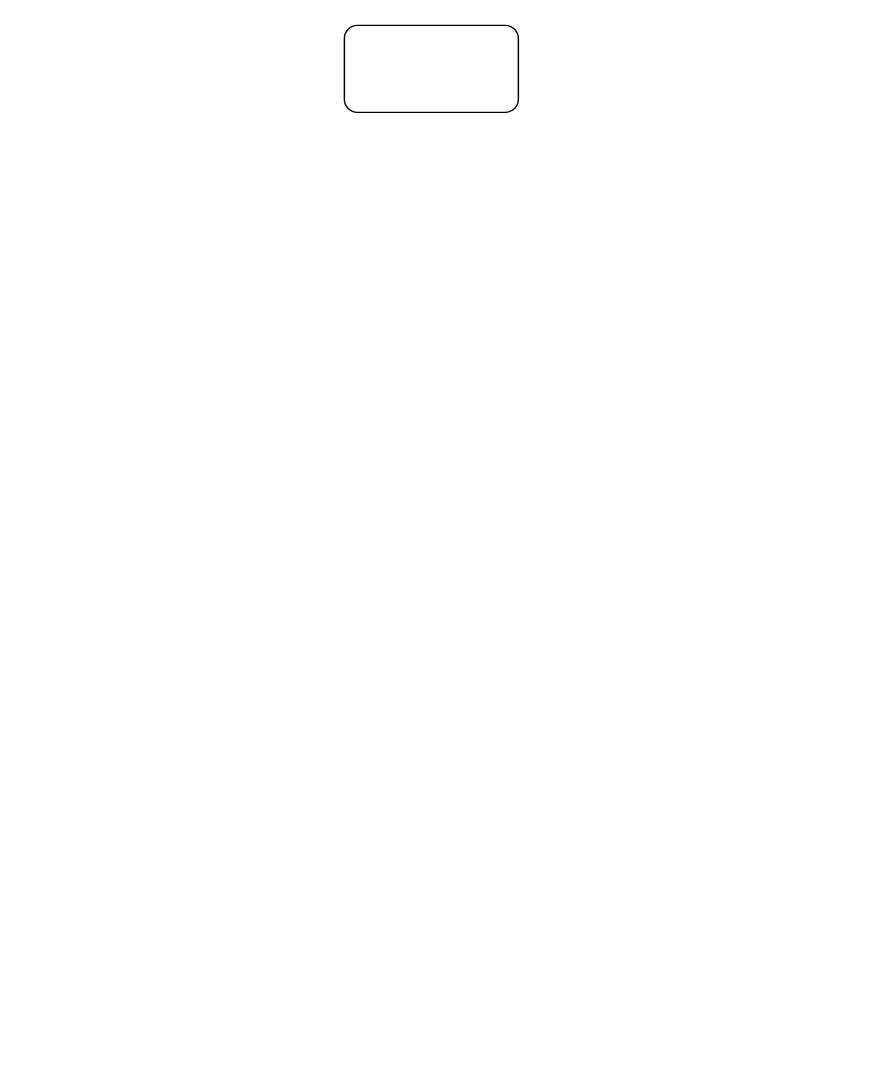
Before: hu.drawio in kingsmen732/OpenSource101, a draw.io diagram. Source tidied: cells renumbered, new cells numbered last; positions are measured from the earlier drawing's top-left corner, leaving out a move shared by most shapes. Both pictures are drawn from the tidied source at 145%, with x=0, y=0 at pixel (344, 25).
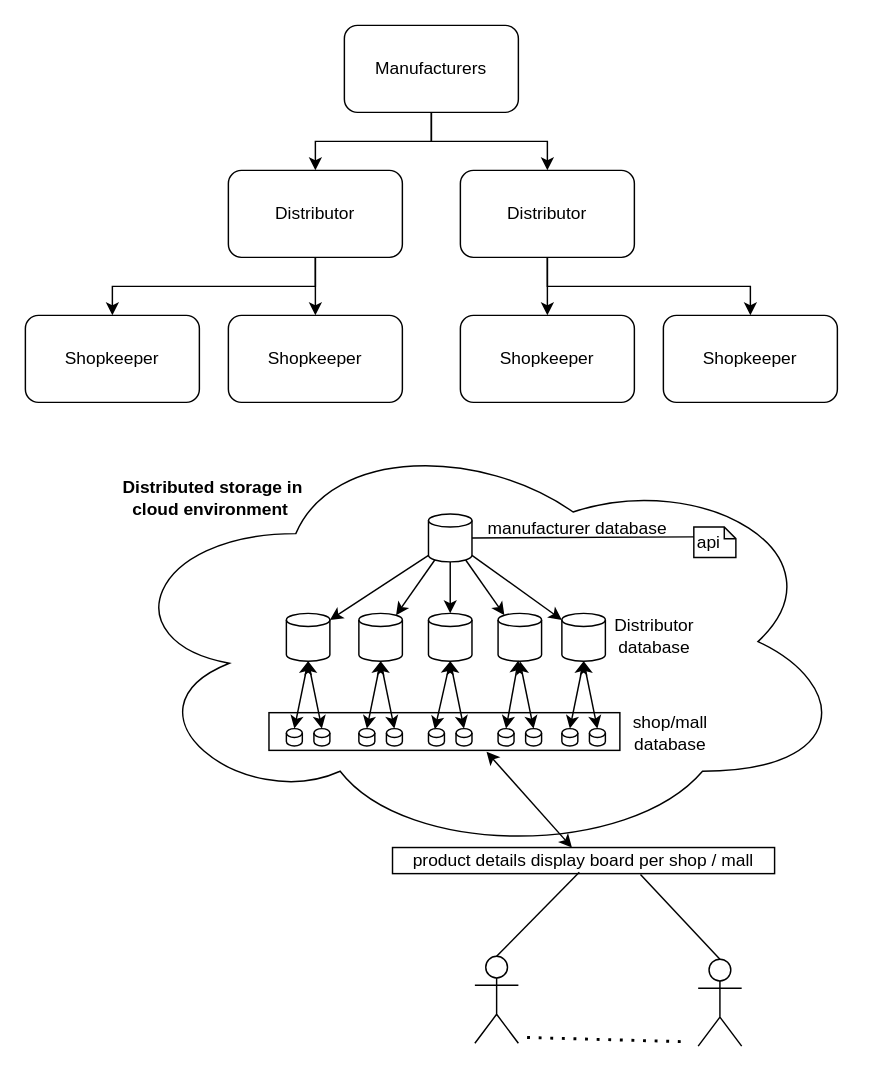
The same page after the edit.

Change to the diagram source:
```diff
@@
+    <mxCell id="3" style="edgeStyle=orthogonalEdgeStyle;rounded=0;jettySize=auto;html=1;exitX=0.5;exitY=1;exitDx=0;exitDy=0;entryX=0.5;entryY=0;entryDx=0;entryDy=0;" parent="1" edge="1" source="2" target="7">
+      <mxGeometry relative="1" as="geometry" />
+    </mxCell>
+    <mxCell id="4" style="edgeStyle=orthogonalEdgeStyle;rounded=0;jettySize=auto;html=1;exitX=0.5;exitY=1;exitDx=0;exitDy=0;" parent="1" edge="1" source="2" target="10">
+      <mxGeometry relative="1" as="geometry" />
+    </mxCell>
-    <mxCell id="2" style="rounded=1;whiteSpace=wrap;html=1;" parent="1" vertex="1">
+    <mxCell id="2" value="Manufacturers" style="rounded=1;whiteSpace=wrap;html=1;" parent="1" vertex="1">
       <mxGeometry width="120" height="60" as="geometry" />
     </mxCell>
+    <mxCell id="5" style="edgeStyle=orthogonalEdgeStyle;rounded=0;jettySize=auto;html=1;exitX=0.5;exitY=1;exitDx=0;exitDy=0;entryX=0.5;entryY=0;entryDx=0;entryDy=0;" parent="1" edge="1" source="7" target="11">
+      <mxGeometry relative="1" as="geometry" />
+    </mxCell>
+    <mxCell id="6" style="edgeStyle=orthogonalEdgeStyle;rounded=0;jettySize=auto;html=1;exitX=0.5;exitY=1;exitDx=0;exitDy=0;" parent="1" edge="1" source="7" target="12">
+      <mxGeometry relative="1" as="geometry" />
+    </mxCell>
+    <mxCell id="7" value="Distributor" style="rounded=1;whiteSpace=wrap;html=1;" parent="1" vertex="1">
+      <mxGeometry x="-80" y="100" width="120" height="60" as="geometry" />
+    </mxCell>
+    <mxCell id="8" style="edgeStyle=orthogonalEdgeStyle;rounded=0;jettySize=auto;html=1;exitX=0.5;exitY=1;exitDx=0;exitDy=0;entryX=0.5;entryY=0;entryDx=0;entryDy=0;" parent="1" edge="1" source="10" target="13">
+      <mxGeometry relative="1" as="geometry" />
+    </mxCell>
+    <mxCell id="9" style="edgeStyle=orthogonalEdgeStyle;rounded=0;jettySize=auto;html=1;exitX=0.5;exitY=1;exitDx=0;exitDy=0;" parent="1" edge="1" source="10" target="14">
+      <mxGeometry relative="1" as="geometry" />
+    </mxCell>
+    <mxCell id="10" value="Distributor" style="rounded=1;whiteSpace=wrap;html=1;" parent="1" vertex="1">
+      <mxGeometry x="80" y="100" width="120" height="60" as="geometry" />
+    </mxCell>
+    <mxCell id="11" value="Shopkeeper" style="rounded=1;whiteSpace=wrap;html=1;" parent="1" vertex="1">
+      <mxGeometry x="-220" y="200" width="120" height="60" as="geometry" />
+    </mxCell>
+    <mxCell id="12" value="Shopkeeper" style="rounded=1;whiteSpace=wrap;html=1;" parent="1" vertex="1">
+      <mxGeometry x="-80" y="200" width="120" height="60" as="geometry" />
+    </mxCell>
+    <mxCell id="13" value="Shopkeeper" style="rounded=1;whiteSpace=wrap;html=1;" parent="1" vertex="1">
+      <mxGeometry x="80" y="200" width="120" height="60" as="geometry" />
+    </mxCell>
+    <mxCell id="14" value="Shopkeeper" style="rounded=1;whiteSpace=wrap;html=1;" parent="1" vertex="1">
+      <mxGeometry x="220" y="200" width="120" height="60" as="geometry" />
+    </mxCell>
+    <mxCell id="15" value="product details display board per shop / mall" style="rounded=0;whiteSpace=wrap;html=1;" parent="1" vertex="1">
+      <mxGeometry x="33.2" y="567" width="263.5" height="18" as="geometry" />
+    </mxCell>
+    <mxCell id="16" style="ellipse;shape=cloud;whiteSpace=wrap;html=1;" parent="1" vertex="1">
+      <mxGeometry x="-161" y="276" width="510" height="298" as="geometry" />
+    </mxCell>
+    <mxCell id="17" style="shape=cylinder3;whiteSpace=wrap;html=1;boundedLbl=1;backgroundOutline=1;size=4.500000000000114;" parent="1" vertex="1">
+      <mxGeometry x="58" y="337" width="30" height="33" as="geometry" />
+    </mxCell>
+    <mxCell id="18" style="shape=cylinder3;whiteSpace=wrap;html=1;boundedLbl=1;backgroundOutline=1;size=4.500000000000114;" parent="1" vertex="1">
+      <mxGeometry x="-40" y="405.5" width="30" height="33" as="geometry" />
+    </mxCell>
+    <mxCell id="19" style="shape=cylinder3;whiteSpace=wrap;html=1;boundedLbl=1;backgroundOutline=1;size=4.500000000000114;" parent="1" vertex="1">
+      <mxGeometry x="10" y="405.5" width="30" height="33" as="geometry" />
+    </mxCell>
+    <mxCell id="20" style="shape=cylinder3;whiteSpace=wrap;html=1;boundedLbl=1;backgroundOutline=1;size=4.500000000000114;" parent="1" vertex="1">
+      <mxGeometry x="58" y="405.5" width="30" height="33" as="geometry" />
+    </mxCell>
+    <mxCell id="21" style="shape=cylinder3;whiteSpace=wrap;html=1;boundedLbl=1;backgroundOutline=1;size=4.500000000000114;" parent="1" vertex="1">
+      <mxGeometry x="106" y="405.5" width="30" height="33" as="geometry" />
+    </mxCell>
+    <mxCell id="22" style="shape=cylinder3;whiteSpace=wrap;html=1;boundedLbl=1;backgroundOutline=1;size=4.500000000000114;" parent="1" vertex="1">
+      <mxGeometry x="150" y="405.5" width="30" height="33" as="geometry" />
+    </mxCell>
+    <mxCell id="23" style="rounded=0;whiteSpace=wrap;html=1;" parent="1" vertex="1">
+      <mxGeometry x="-52" y="474" width="242" height="26" as="geometry" />
+    </mxCell>
+    <mxCell id="24" style="shape=cylinder3;whiteSpace=wrap;html=1;boundedLbl=1;backgroundOutline=1;size=3.063492063492049;" parent="1" vertex="1">
+      <mxGeometry x="-40" y="485" width="11" height="12" as="geometry" />
+    </mxCell>
+    <mxCell id="25" style="shape=cylinder3;whiteSpace=wrap;html=1;boundedLbl=1;backgroundOutline=1;size=3.063492063492049;" parent="1" vertex="1">
+      <mxGeometry x="-21" y="485" width="11" height="12" as="geometry" />
+    </mxCell>
+    <mxCell id="26" style="shape=cylinder3;whiteSpace=wrap;html=1;boundedLbl=1;backgroundOutline=1;size=3.063492063492049;" parent="1" vertex="1">
+      <mxGeometry x="10" y="485" width="11" height="12" as="geometry" />
+    </mxCell>
+    <mxCell id="27" style="shape=cylinder3;whiteSpace=wrap;html=1;boundedLbl=1;backgroundOutline=1;size=3.063492063492049;" parent="1" vertex="1">
+      <mxGeometry x="29" y="485" width="11" height="12" as="geometry" />
+    </mxCell>
+    <mxCell id="28" style="shape=cylinder3;whiteSpace=wrap;html=1;boundedLbl=1;backgroundOutline=1;size=3.063492063492049;" parent="1" vertex="1">
+      <mxGeometry x="58" y="485" width="11" height="12" as="geometry" />
+    </mxCell>
+    <mxCell id="29" style="shape=cylinder3;whiteSpace=wrap;html=1;boundedLbl=1;backgroundOutline=1;size=3.063492063492049;" parent="1" vertex="1">
+      <mxGeometry x="77" y="485" width="11" height="12" as="geometry" />
+    </mxCell>
+    <mxCell id="30" style="shape=cylinder3;whiteSpace=wrap;html=1;boundedLbl=1;backgroundOutline=1;size=3.063492063492049;" parent="1" vertex="1">
+      <mxGeometry x="106" y="485" width="11" height="12" as="geometry" />
+    </mxCell>
+    <mxCell id="31" style="shape=cylinder3;whiteSpace=wrap;html=1;boundedLbl=1;backgroundOutline=1;size=3.063492063492049;" parent="1" vertex="1">
+      <mxGeometry x="125" y="485" width="11" height="12" as="geometry" />
+    </mxCell>
+    <mxCell id="32" style="shape=cylinder3;whiteSpace=wrap;html=1;boundedLbl=1;backgroundOutline=1;size=3.063492063492049;" parent="1" vertex="1">
+      <mxGeometry x="150" y="485" width="11" height="12" as="geometry" />
+    </mxCell>
+    <mxCell id="33" style="shape=cylinder3;whiteSpace=wrap;html=1;boundedLbl=1;backgroundOutline=1;size=3.063492063492049;" parent="1" vertex="1">
+      <mxGeometry x="169" y="485" width="11" height="12" as="geometry" />
+    </mxCell>
+    <mxCell id="34" style="shape=note;whiteSpace=wrap;html=1;backgroundOutline=1;darkOpacity=0.05;size=8;" parent="1" vertex="1">
+      <mxGeometry x="241" y="346" width="29" height="21" as="geometry" />
+    </mxCell>
+    <mxCell id="35" value="api" style="text;html=1;strokeColor=none;fillColor=none;align=center;verticalAlign=middle;whiteSpace=wrap;rounded=0;" parent="1" vertex="1">
+      <mxGeometry x="241" y="349" width="21" height="15" as="geometry" />
+    </mxCell>
+    <mxCell id="36" style="endArrow=classic;html=1;rounded=0;entryX=1;entryY=0;entryDx=0;entryDy=4.500000000000114;entryPerimeter=0;exitX=0;exitY=1;exitDx=0;exitDy=-4.500000000000114;exitPerimeter=0;" parent="1" edge="1" source="17" target="18">
+      <mxGeometry relative="1" as="geometry" />
+    </mxCell>
+    <mxCell id="37" style="endArrow=classic;html=1;rounded=0;entryX=0.855;entryY=0;entryDx=0;entryDy=1.3050000000000328;entryPerimeter=0;exitX=0.145;exitY=1;exitDx=0;exitDy=-1.3050000000000328;exitPerimeter=0;" parent="1" edge="1" source="17" target="19">
+      <mxGeometry relative="1" as="geometry" />
+    </mxCell>
+    <mxCell id="38" style="endArrow=classic;html=1;rounded=0;entryX=0.5;entryY=0;entryDx=0;entryDy=0;entryPerimeter=0;" parent="1" edge="1" source="17" target="20">
+      <mxGeometry relative="1" as="geometry" />
+    </mxCell>
+    <mxCell id="39" style="endArrow=classic;html=1;rounded=0;entryX=0.145;entryY=0;entryDx=0;entryDy=1.3050000000000328;entryPerimeter=0;exitX=0.855;exitY=1;exitDx=0;exitDy=-1.3050000000000328;exitPerimeter=0;" parent="1" edge="1" source="17" target="21">
+      <mxGeometry relative="1" as="geometry" />
+    </mxCell>
+    <mxCell id="40" style="endArrow=classic;html=1;rounded=0;entryX=0;entryY=0;entryDx=0;entryDy=4.500000000000114;entryPerimeter=0;exitX=1;exitY=1;exitDx=0;exitDy=-4.500000000000114;exitPerimeter=0;" parent="1" edge="1" source="17" target="22">
+      <mxGeometry relative="1" as="geometry" />
+    </mxCell>
+    <mxCell id="41" style="endArrow=classic;startArrow=classic;html=1;rounded=0;entryX=0.5;entryY=1;entryDx=0;entryDy=0;entryPerimeter=0;exitX=0.5;exitY=0;exitDx=0;exitDy=0;exitPerimeter=0;" parent="1" edge="1" source="24" target="18">
+      <mxGeometry relative="1" as="geometry" />
+    </mxCell>
+    <mxCell id="42" style="endArrow=classic;startArrow=classic;html=1;rounded=0;entryX=0.5;entryY=1;entryDx=0;entryDy=0;entryPerimeter=0;exitX=0.5;exitY=0;exitDx=0;exitDy=0;exitPerimeter=0;" parent="1" edge="1" source="25" target="18">
+      <mxGeometry relative="1" as="geometry" />
+    </mxCell>
+    <mxCell id="43" style="endArrow=classic;startArrow=classic;html=1;rounded=0;exitX=0.5;exitY=0;exitDx=0;exitDy=0;exitPerimeter=0;entryX=0.5;entryY=1;entryDx=0;entryDy=0;entryPerimeter=0;" parent="1" edge="1" source="26" target="19">
+      <mxGeometry relative="1" as="geometry" />
+    </mxCell>
+    <mxCell id="44" style="endArrow=classic;startArrow=classic;html=1;rounded=0;entryX=0.5;entryY=1;entryDx=0;entryDy=0;entryPerimeter=0;exitX=0.5;exitY=0;exitDx=0;exitDy=0;exitPerimeter=0;" parent="1" edge="1" source="27" target="19">
+      <mxGeometry relative="1" as="geometry" />
+    </mxCell>
+    <mxCell id="45" style="endArrow=classic;startArrow=classic;html=1;rounded=0;exitX=0.397;exitY=0.038;exitDx=0;exitDy=0;exitPerimeter=0;entryX=0.5;entryY=1;entryDx=0;entryDy=0;entryPerimeter=0;" parent="1" edge="1" source="28" target="20">
+      <mxGeometry relative="1" as="geometry" />
+    </mxCell>
+    <mxCell id="46" style="endArrow=classic;startArrow=classic;html=1;rounded=0;entryX=0.5;entryY=1;entryDx=0;entryDy=0;entryPerimeter=0;exitX=0.5;exitY=0;exitDx=0;exitDy=0;exitPerimeter=0;" parent="1" edge="1" source="29" target="20">
+      <mxGeometry relative="1" as="geometry" />
+    </mxCell>
+    <mxCell id="47" style="endArrow=classic;startArrow=classic;html=1;rounded=0;entryX=0.467;entryY=0.985;entryDx=0;entryDy=0;entryPerimeter=0;exitX=0.5;exitY=0;exitDx=0;exitDy=0;exitPerimeter=0;" parent="1" edge="1" source="30" target="21">
+      <mxGeometry relative="1" as="geometry" />
+    </mxCell>
+    <mxCell id="48" style="endArrow=classic;startArrow=classic;html=1;rounded=0;entryX=0.5;entryY=1;entryDx=0;entryDy=0;entryPerimeter=0;exitX=0.5;exitY=0;exitDx=0;exitDy=0;exitPerimeter=0;" parent="1" edge="1" source="31" target="21">
+      <mxGeometry relative="1" as="geometry" />
+    </mxCell>
+    <mxCell id="49" style="endArrow=classic;startArrow=classic;html=1;rounded=0;entryX=0.5;entryY=1;entryDx=0;entryDy=0;entryPerimeter=0;exitX=0.5;exitY=0;exitDx=0;exitDy=0;exitPerimeter=0;" parent="1" edge="1" source="32" target="22">
+      <mxGeometry relative="1" as="geometry" />
+    </mxCell>
+    <mxCell id="50" style="endArrow=classic;startArrow=classic;html=1;rounded=0;entryX=0.5;entryY=1;entryDx=0;entryDy=0;entryPerimeter=0;exitX=0.5;exitY=0;exitDx=0;exitDy=0;exitPerimeter=0;" parent="1" edge="1" source="33" target="22">
+      <mxGeometry relative="1" as="geometry" />
+    </mxCell>
+    <mxCell id="51" value="Distributor database" style="text;html=1;strokeColor=none;fillColor=none;align=center;verticalAlign=middle;whiteSpace=wrap;rounded=0;" parent="1" vertex="1">
+      <mxGeometry x="184" y="405.5" width="60" height="30" as="geometry" />
+    </mxCell>
+    <mxCell id="52" value="shop/mall database" style="text;html=1;strokeColor=none;fillColor=none;align=center;verticalAlign=middle;whiteSpace=wrap;rounded=0;" parent="1" vertex="1">
+      <mxGeometry x="194.5" y="474" width="60" height="27" as="geometry" />
+    </mxCell>
+    <mxCell id="53" style="endArrow=classic;startArrow=classic;html=1;rounded=0;entryX=0.62;entryY=1.038;entryDx=0;entryDy=0;entryPerimeter=0;" parent="1" edge="1" source="15" target="23">
+      <mxGeometry relative="1" as="geometry" />
+    </mxCell>
+    <mxCell id="54" style="shape=umlActor;verticalLabelPosition=bottom;verticalAlign=top;html=1;outlineConnect=0;" parent="1" vertex="1">
+      <mxGeometry x="90" y="642" width="30" height="60" as="geometry" />
+    </mxCell>
+    <mxCell id="55" style="shape=umlActor;verticalLabelPosition=bottom;verticalAlign=top;html=1;outlineConnect=0;" parent="1" vertex="1">
+      <mxGeometry x="244" y="644" width="30" height="60" as="geometry" />
+    </mxCell>
+    <mxCell id="56" style="endArrow=none;dashed=1;html=1;dashPattern=1 3;strokeWidth=2;rounded=0;" parent="1" edge="1">
+      <mxGeometry relative="1" as="geometry">
+        <mxPoint x="126" y="698" as="sourcePoint" />
+        <mxPoint x="237" y="701" as="targetPoint" />
+      </mxGeometry>
+    </mxCell>
+    <mxCell id="57" style="endArrow=none;html=1;rounded=0;exitX=0.5;exitY=0;exitDx=0;exitDy=0;exitPerimeter=0;" parent="1" edge="1" source="54">
+      <mxGeometry relative="1" as="geometry">
+        <mxPoint x="162" y="584" as="targetPoint" />
+      </mxGeometry>
+    </mxCell>
+    <mxCell id="58" style="endArrow=none;html=1;rounded=0;exitX=0.5;exitY=0;exitDx=0;exitDy=0;exitPerimeter=0;entryX=0.649;entryY=1.033;entryDx=0;entryDy=0;entryPerimeter=0;" parent="1" edge="1" source="55" target="15">
+      <mxGeometry relative="1" as="geometry" />
+    </mxCell>
+    <mxCell id="59" style="endArrow=none;html=1;rounded=0;entryX=0;entryY=0.25;entryDx=0;entryDy=0;exitX=1;exitY=0.5;exitDx=0;exitDy=0;exitPerimeter=0;" parent="1" edge="1" source="17" target="35">
+      <mxGeometry relative="1" as="geometry" />
+    </mxCell>
+    <mxCell id="60" value="manufacturer database" style="text;html=1;strokeColor=none;fillColor=none;align=center;verticalAlign=middle;whiteSpace=wrap;rounded=0;" parent="1" vertex="1">
+      <mxGeometry x="90" y="337" width="142" height="20" as="geometry" />
+    </mxCell>
+    <mxCell id="61" value="&lt;b&gt;Distributed storage in cloud environment&amp;nbsp;&lt;/b&gt;" style="text;html=1;strokeColor=none;fillColor=none;align=center;verticalAlign=middle;whiteSpace=wrap;rounded=0;" parent="1" vertex="1">
+      <mxGeometry x="-161" y="311" width="141" height="30" as="geometry" />
+    </mxCell>
```
